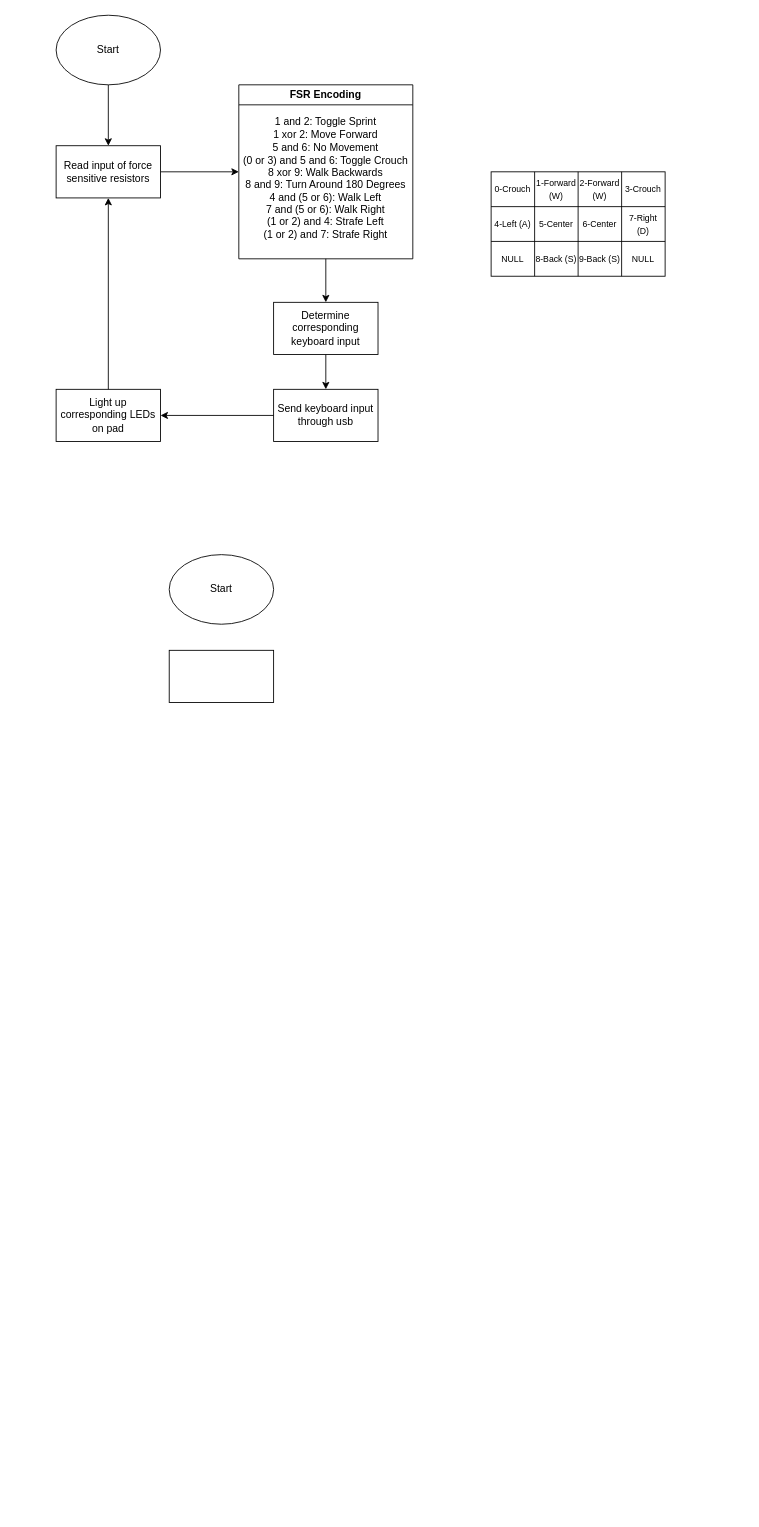
nfox18212/gunproject keeps this draw.io diagram as gamedev.drawio. Above is the earlier version. Source tidied: cells renumbered, new cells numbered last; positions are measured from the earlier drawing's top-left corner, leaving out a move shared by most shapes. Both pictures are drawn from the tidied source at 87%, with x=0, y=0 at pixel (56, 15).
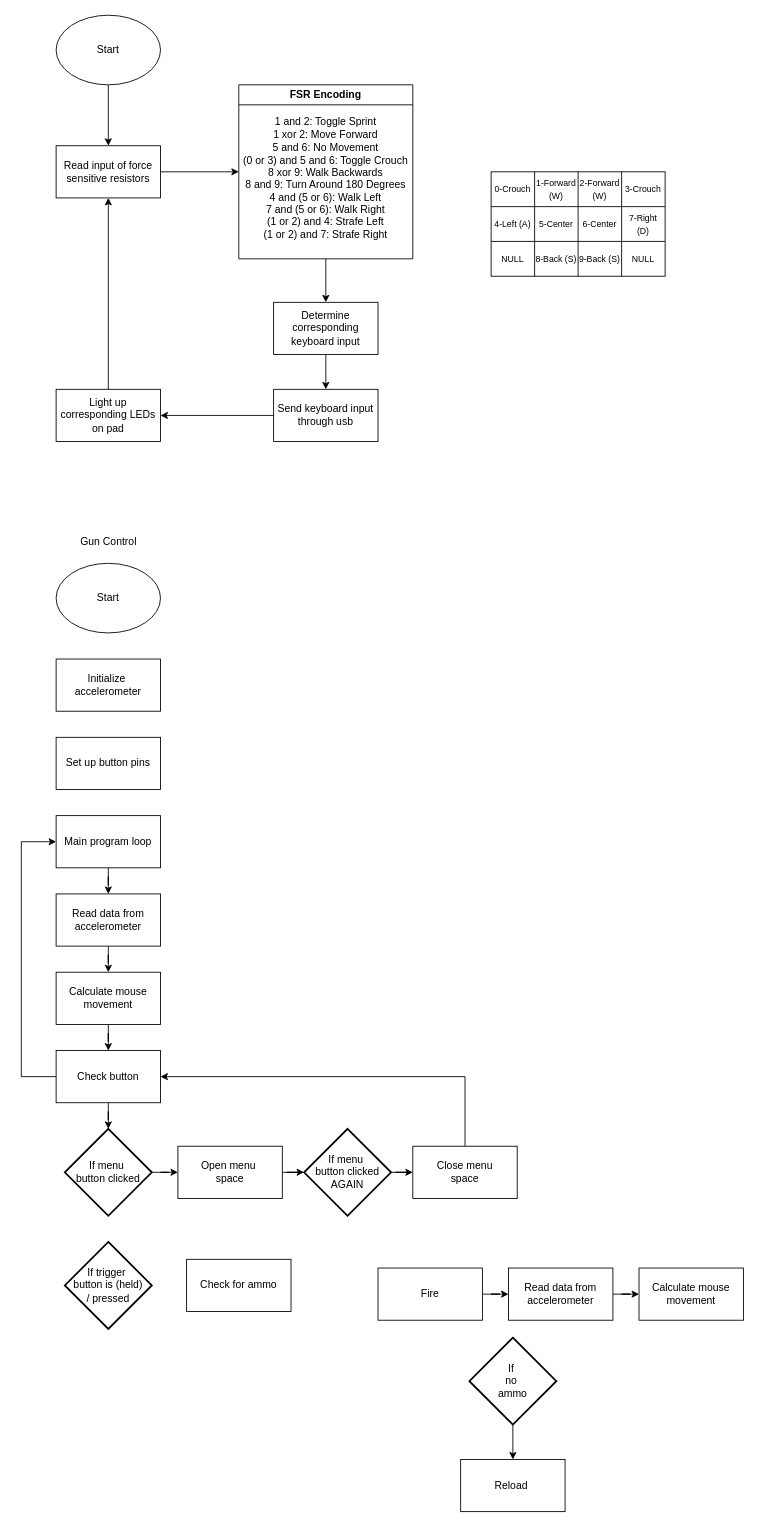
After the change.

Change to the diagram source:
```diff
@@
     <mxCell id="33" value="Start" style="ellipse;whiteSpace=wrap;html=1;" parent="1" vertex="1">
-      <mxGeometry x="130" y="620" width="120" height="80" as="geometry" />
+      <mxGeometry y="630" width="120" height="80" as="geometry" />
     </mxCell>
-    <mxCell id="34" style="rounded=0;whiteSpace=wrap;html=1;" parent="1" vertex="1">
-      <mxGeometry x="130" y="730" width="120" height="60" as="geometry" />
+    <mxCell id="34" value="Initialize&amp;nbsp;&lt;div&gt;accelerometer&lt;/div&gt;" style="rounded=0;whiteSpace=wrap;html=1;" parent="1" vertex="1">
+      <mxGeometry y="740" width="120" height="60" as="geometry" />
     </mxCell>
+    <mxCell id="35" value="Gun Control" style="text;html=1;align=center;verticalAlign=middle;strokeColor=none;fillColor=none;" parent="1" vertex="1">
+      <mxGeometry x="15" y="590" width="90" height="30" as="geometry" />
+    </mxCell>
+    <mxCell id="36" value="Set up&amp;nbsp;&lt;span style=&quot;background-color: initial;&quot;&gt;button pins&lt;/span&gt;" style="rounded=0;whiteSpace=wrap;html=1;" parent="1" vertex="1">
+      <mxGeometry y="830" width="120" height="60" as="geometry" />
+    </mxCell>
+    <mxCell id="37" style="edgeStyle=orthogonalEdgeStyle;rounded=0;jettySize=auto;html=1;entryX=0.5;entryY=0;entryDx=0;entryDy=0;" parent="1" edge="1" source="38" target="40">
+      <mxGeometry relative="1" as="geometry" />
+    </mxCell>
+    <mxCell id="38" value="Main program loop" style="rounded=0;whiteSpace=wrap;html=1;" parent="1" vertex="1">
+      <mxGeometry y="920" width="120" height="60" as="geometry" />
+    </mxCell>
+    <mxCell id="39" style="edgeStyle=orthogonalEdgeStyle;rounded=0;jettySize=auto;html=1;entryX=0.5;entryY=0;entryDx=0;entryDy=0;" parent="1" edge="1" source="40" target="42">
+      <mxGeometry relative="1" as="geometry" />
+    </mxCell>
+    <mxCell id="40" value="Read&amp;nbsp;&lt;span style=&quot;background-color: initial;&quot;&gt;data from accelerometer&lt;/span&gt;" style="rounded=0;whiteSpace=wrap;html=1;" parent="1" vertex="1">
+      <mxGeometry y="1010" width="120" height="60" as="geometry" />
+    </mxCell>
+    <mxCell id="41" style="edgeStyle=orthogonalEdgeStyle;rounded=0;jettySize=auto;html=1;entryX=0.5;entryY=0;entryDx=0;entryDy=0;" parent="1" edge="1" source="42" target="44">
+      <mxGeometry relative="1" as="geometry" />
+    </mxCell>
+    <mxCell id="42" value="Calculate mouse movement" style="rounded=0;whiteSpace=wrap;html=1;" parent="1" vertex="1">
+      <mxGeometry y="1100" width="120" height="60" as="geometry" />
+    </mxCell>
+    <mxCell id="43" style="edgeStyle=orthogonalEdgeStyle;rounded=0;jettySize=auto;html=1;entryX=0;entryY=0.5;entryDx=0;entryDy=0;" parent="1" edge="1" source="44" target="38">
+      <mxGeometry relative="1" as="geometry">
+        <Array as="points">
+          <mxPoint x="-40" y="1220" />
+          <mxPoint x="-40" y="950" />
+        </Array>
+      </mxGeometry>
+    </mxCell>
+    <mxCell id="44" value="Check button" style="rounded=0;whiteSpace=wrap;html=1;" parent="1" vertex="1">
+      <mxGeometry y="1190" width="120" height="60" as="geometry" />
+    </mxCell>
+    <mxCell id="45" value="If trigger&amp;nbsp;&lt;div&gt;button is (held)&lt;/div&gt;&lt;div&gt;&lt;span style=&quot;background-color: initial;&quot;&gt;/ pressed&lt;/span&gt;&lt;/div&gt;" style="strokeWidth=2;html=1;shape=mxgraph.flowchart.decision;whiteSpace=wrap;" parent="1" vertex="1">
+      <mxGeometry x="10" y="1410" width="100" height="100" as="geometry" />
+    </mxCell>
+    <mxCell id="46" style="edgeStyle=orthogonalEdgeStyle;rounded=0;jettySize=auto;html=1;entryX=0;entryY=0.5;entryDx=0;entryDy=0;" parent="1" edge="1" source="47" target="58">
+      <mxGeometry relative="1" as="geometry" />
+    </mxCell>
+    <mxCell id="47" value="Fire" style="rounded=0;whiteSpace=wrap;html=1;" parent="1" vertex="1">
+      <mxGeometry x="370" y="1440" width="120" height="60" as="geometry" />
+    </mxCell>
+    <mxCell id="48" style="edgeStyle=orthogonalEdgeStyle;rounded=0;jettySize=auto;html=1;entryX=0;entryY=0.5;entryDx=0;entryDy=0;" parent="1" edge="1" source="49" target="50">
+      <mxGeometry relative="1" as="geometry" />
+    </mxCell>
+    <mxCell id="49" value="If menu&amp;nbsp;&lt;div&gt;button&amp;nbsp;&lt;span style=&quot;background-color: initial;&quot;&gt;clicked&lt;/span&gt;&lt;/div&gt;" style="strokeWidth=2;html=1;shape=mxgraph.flowchart.decision;whiteSpace=wrap;" parent="1" vertex="1">
+      <mxGeometry x="10" y="1280" width="100" height="100" as="geometry" />
+    </mxCell>
+    <mxCell id="50" value="Open menu&amp;nbsp;&lt;div&gt;space&lt;/div&gt;" style="rounded=0;whiteSpace=wrap;html=1;" parent="1" vertex="1">
+      <mxGeometry x="140" y="1300" width="120" height="60" as="geometry" />
+    </mxCell>
+    <mxCell id="51" style="edgeStyle=orthogonalEdgeStyle;rounded=0;jettySize=auto;html=1;entryX=0;entryY=0.5;entryDx=0;entryDy=0;" parent="1" edge="1" source="52" target="54">
+      <mxGeometry relative="1" as="geometry" />
+    </mxCell>
+    <mxCell id="52" value="If menu&amp;nbsp;&lt;div&gt;button&amp;nbsp;&lt;span style=&quot;background-color: initial;&quot;&gt;clicked&lt;/span&gt;&lt;/div&gt;&lt;div&gt;AGAIN&lt;/div&gt;" style="strokeWidth=2;html=1;shape=mxgraph.flowchart.decision;whiteSpace=wrap;" parent="1" vertex="1">
+      <mxGeometry x="285" y="1280" width="100" height="100" as="geometry" />
+    </mxCell>
+    <mxCell id="53" style="edgeStyle=orthogonalEdgeStyle;rounded=0;jettySize=auto;html=1;entryX=1;entryY=0.5;entryDx=0;entryDy=0;" parent="1" edge="1" source="54" target="44">
+      <mxGeometry relative="1" as="geometry">
+        <Array as="points">
+          <mxPoint x="470" y="1220" />
+        </Array>
+      </mxGeometry>
+    </mxCell>
+    <mxCell id="54" value="Close menu&lt;div&gt;space&lt;/div&gt;" style="rounded=0;whiteSpace=wrap;html=1;" parent="1" vertex="1">
+      <mxGeometry x="410" y="1300" width="120" height="60" as="geometry" />
+    </mxCell>
+    <mxCell id="55" style="edgeStyle=orthogonalEdgeStyle;rounded=0;jettySize=auto;html=1;entryX=0;entryY=0.5;entryDx=0;entryDy=0;entryPerimeter=0;" parent="1" edge="1" source="50" target="52">
+      <mxGeometry relative="1" as="geometry" />
+    </mxCell>
+    <mxCell id="56" style="edgeStyle=orthogonalEdgeStyle;rounded=0;jettySize=auto;html=1;entryX=0.5;entryY=0;entryDx=0;entryDy=0;entryPerimeter=0;" parent="1" edge="1" source="44" target="49">
+      <mxGeometry relative="1" as="geometry" />
+    </mxCell>
+    <mxCell id="57" style="edgeStyle=orthogonalEdgeStyle;rounded=0;jettySize=auto;html=1;entryX=0;entryY=0.5;entryDx=0;entryDy=0;" parent="1" edge="1" source="58" target="59">
+      <mxGeometry relative="1" as="geometry" />
+    </mxCell>
+    <mxCell id="58" value="Read&amp;nbsp;&lt;span style=&quot;background-color: initial;&quot;&gt;data from accelerometer&lt;/span&gt;" style="rounded=0;whiteSpace=wrap;html=1;" parent="1" vertex="1">
+      <mxGeometry x="520" y="1440" width="120" height="60" as="geometry" />
+    </mxCell>
+    <mxCell id="59" value="Calculate mouse movement" style="rounded=0;whiteSpace=wrap;html=1;" parent="1" vertex="1">
+      <mxGeometry x="670" y="1440" width="120" height="60" as="geometry" />
+    </mxCell>
+    <mxCell id="60" style="edgeStyle=orthogonalEdgeStyle;rounded=0;jettySize=auto;html=1;entryX=0.5;entryY=0;entryDx=0;entryDy=0;" parent="1" edge="1" source="61" target="62">
+      <mxGeometry relative="1" as="geometry" />
+    </mxCell>
+    <mxCell id="61" value="If&amp;nbsp;&lt;div&gt;no&amp;nbsp;&lt;/div&gt;&lt;div&gt;ammo&lt;/div&gt;" style="strokeWidth=2;html=1;shape=mxgraph.flowchart.decision;whiteSpace=wrap;" parent="1" vertex="1">
+      <mxGeometry x="475" y="1520" width="100" height="100" as="geometry" />
+    </mxCell>
+    <mxCell id="62" value="Reload&amp;nbsp;" style="rounded=0;whiteSpace=wrap;html=1;" parent="1" vertex="1">
+      <mxGeometry x="465" y="1660" width="120" height="60" as="geometry" />
+    </mxCell>
+    <mxCell id="63" value="Check for ammo" style="rounded=0;whiteSpace=wrap;html=1;" parent="1" vertex="1">
+      <mxGeometry x="150" y="1430" width="120" height="60" as="geometry" />
+    </mxCell>
```
